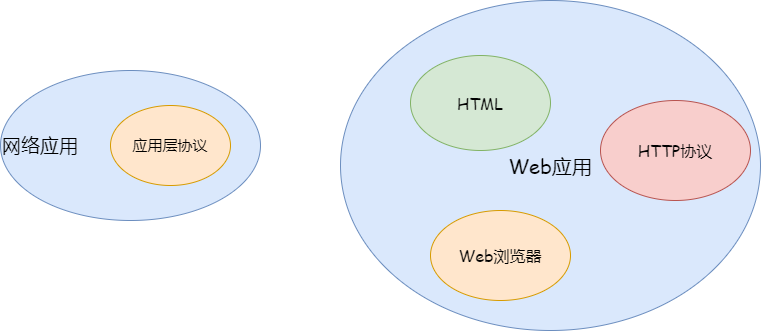
The draw.io diagram computer_network/应用层1.png in suchuhong/knowledgeImage, before a commit. Source tidied: cells renumbered, new cells last; positions are measured from the earlier drawing's top-left corner, leaving out a move shared by most shapes.
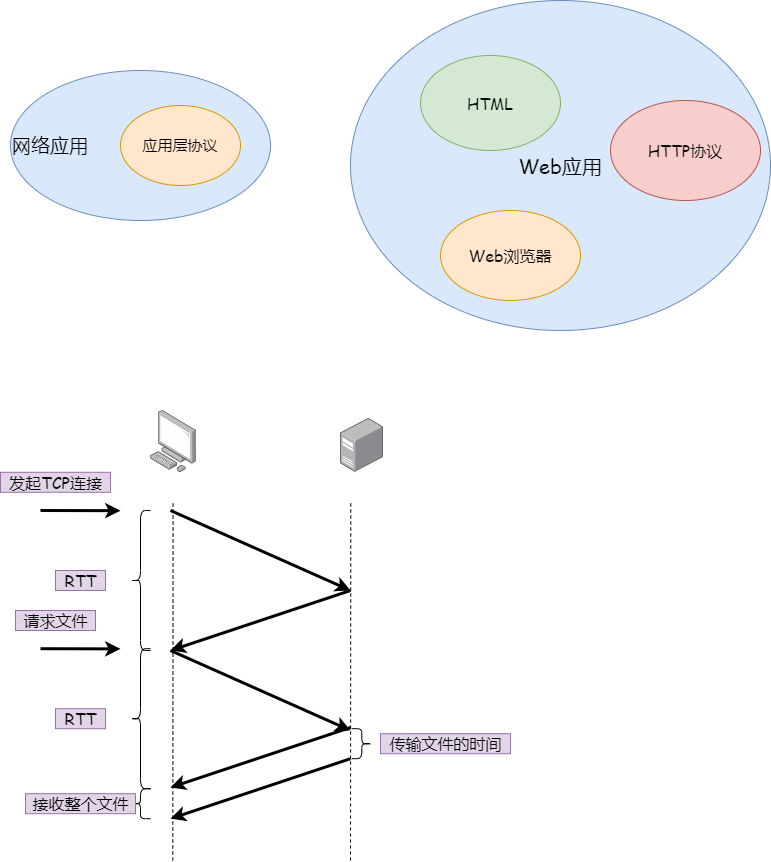
Later version of the same file.

Commit message:
更新应用层1.png

What changed in the source:
```diff
@@ -2,23 +2,113 @@
   <root>
     <mxCell id="0" />
     <mxCell id="1" parent="0" />
-    <mxCell id="2" value="&lt;p&gt;&lt;font face=&quot;Comic Sans MS&quot; style=&quot;font-size: 19px&quot;&gt;网络应用&lt;/font&gt;&lt;/p&gt;" style="ellipse;whiteSpace=wrap;html=1;fillColor=#dae8fc;strokeColor=#6c8ebf;align=left;" parent="1" vertex="1">
+    <mxCell id="2" value="&lt;p&gt;&lt;font face=&quot;Comic Sans MS&quot; style=&quot;font-size: 19px&quot;&gt;网络应用&lt;/font&gt;&lt;/p&gt;" style="ellipse;whiteSpace=wrap;html=1;fillColor=#dae8fc;strokeColor=#6c8ebf;align=left;rounded=1;" parent="1" vertex="1">
       <mxGeometry y="70" width="260" height="150" as="geometry" />
     </mxCell>
-    <mxCell id="3" value="&lt;font style=&quot;font-size: 15px&quot;&gt;应用层协议&lt;/font&gt;" style="ellipse;whiteSpace=wrap;html=1;fillColor=#ffe6cc;strokeColor=#d79b00;" parent="1" vertex="1">
+    <mxCell id="3" value="&lt;font style=&quot;font-size: 15px&quot;&gt;应用层协议&lt;/font&gt;" style="ellipse;whiteSpace=wrap;html=1;fillColor=#ffe6cc;strokeColor=#d79b00;rounded=1;" parent="1" vertex="1">
       <mxGeometry x="110" y="105" width="120" height="80" as="geometry" />
     </mxCell>
-    <mxCell id="4" value="&lt;font style=&quot;font-size: 20px&quot; face=&quot;Comic Sans MS&quot;&gt;Web应用&lt;/font&gt;" style="ellipse;whiteSpace=wrap;html=1;fillColor=#dae8fc;strokeColor=#6c8ebf;" parent="1" vertex="1">
+    <mxCell id="4" value="&lt;font style=&quot;font-size: 20px&quot; face=&quot;Comic Sans MS&quot;&gt;Web应用&lt;/font&gt;" style="ellipse;whiteSpace=wrap;html=1;fillColor=#dae8fc;strokeColor=#6c8ebf;rounded=1;" parent="1" vertex="1">
       <mxGeometry x="340" width="420" height="330" as="geometry" />
     </mxCell>
-    <mxCell id="5" value="&lt;font face=&quot;Comic Sans MS&quot; style=&quot;font-size: 16px&quot;&gt;HTML&lt;/font&gt;" style="ellipse;whiteSpace=wrap;html=1;fillColor=#d5e8d4;strokeColor=#82b366;" parent="1" vertex="1">
+    <mxCell id="5" value="&lt;font face=&quot;Comic Sans MS&quot; style=&quot;font-size: 16px&quot;&gt;HTML&lt;/font&gt;" style="ellipse;whiteSpace=wrap;html=1;fillColor=#d5e8d4;strokeColor=#82b366;rounded=1;" parent="1" vertex="1">
       <mxGeometry x="410" y="55" width="140" height="95" as="geometry" />
     </mxCell>
-    <mxCell id="6" value="&lt;font face=&quot;Comic Sans MS&quot; style=&quot;font-size: 16px&quot;&gt;Web浏览器&lt;/font&gt;" style="ellipse;whiteSpace=wrap;html=1;fillColor=#ffe6cc;strokeColor=#d79b00;" parent="1" vertex="1">
+    <mxCell id="6" value="&lt;font face=&quot;Comic Sans MS&quot; style=&quot;font-size: 16px&quot;&gt;Web浏览器&lt;/font&gt;" style="ellipse;whiteSpace=wrap;html=1;fillColor=#ffe6cc;strokeColor=#d79b00;rounded=1;" parent="1" vertex="1">
       <mxGeometry x="430" y="210" width="140" height="90" as="geometry" />
     </mxCell>
-    <mxCell id="7" value="&lt;font face=&quot;Comic Sans MS&quot; style=&quot;font-size: 16px&quot;&gt;HTTP协议&lt;/font&gt;" style="ellipse;whiteSpace=wrap;html=1;fillColor=#f8cecc;strokeColor=#b85450;" parent="1" vertex="1">
+    <mxCell id="7" value="&lt;font face=&quot;Comic Sans MS&quot; style=&quot;font-size: 16px&quot;&gt;HTTP协议&lt;/font&gt;" style="ellipse;whiteSpace=wrap;html=1;fillColor=#f8cecc;strokeColor=#b85450;rounded=1;" parent="1" vertex="1">
       <mxGeometry x="600" y="100" width="150" height="100" as="geometry" />
     </mxCell>
+    <mxCell id="8" style="html=1;align=center;shadow=0;dashed=0;image;image=img/lib/allied_telesis/computer_and_terminals/Personal_Computer.svg;rounded=1;" parent="1" vertex="1">
+      <mxGeometry x="140" y="410" width="45.6" height="61.8" as="geometry" />
+    </mxCell>
+    <mxCell id="9" style="html=1;align=center;shadow=0;dashed=0;image;image=img/lib/allied_telesis/computer_and_terminals/Server_Desktop.svg;rounded=1;" parent="1" vertex="1">
+      <mxGeometry x="330" y="417.8" width="42.6" height="54" as="geometry" />
+    </mxCell>
+    <mxCell id="10" style="endArrow=none;dashed=1;html=1;" parent="1" edge="1">
+      <mxGeometry relative="1" as="geometry">
+        <mxPoint x="162.3" y="860" as="sourcePoint" />
+        <mxPoint x="162.6" y="500" as="targetPoint" />
+      </mxGeometry>
+    </mxCell>
+    <mxCell id="11" style="endArrow=none;dashed=1;html=1;" parent="1" edge="1">
+      <mxGeometry relative="1" as="geometry">
+        <mxPoint x="340" y="860" as="sourcePoint" />
+        <mxPoint x="340.3" y="500" as="targetPoint" />
+      </mxGeometry>
+    </mxCell>
+    <mxCell id="12" style="endArrow=classic;html=1;strokeWidth=3;" parent="1" edge="1">
+      <mxGeometry relative="1" as="geometry">
+        <mxPoint x="160" y="510" as="sourcePoint" />
+        <mxPoint x="340" y="590" as="targetPoint" />
+      </mxGeometry>
+    </mxCell>
+    <mxCell id="13" style="endArrow=classic;html=1;strokeWidth=3;" parent="1" edge="1">
+      <mxGeometry relative="1" as="geometry">
+        <mxPoint x="160" y="650" as="sourcePoint" />
+        <mxPoint x="340" y="730" as="targetPoint" />
+      </mxGeometry>
+    </mxCell>
+    <mxCell id="14" style="endArrow=classic;html=1;strokeWidth=3;" parent="1" edge="1">
+      <mxGeometry relative="1" as="geometry">
+        <mxPoint x="340" y="590" as="sourcePoint" />
+        <mxPoint x="160" y="650" as="targetPoint" />
+      </mxGeometry>
+    </mxCell>
+    <mxCell id="15" style="endArrow=classic;html=1;strokeWidth=3;" parent="1" edge="1">
+      <mxGeometry relative="1" as="geometry">
+        <mxPoint x="340" y="727" as="sourcePoint" />
+        <mxPoint x="160" y="787" as="targetPoint" />
+      </mxGeometry>
+    </mxCell>
+    <mxCell id="16" style="shape=curlyBracket;whiteSpace=wrap;html=1;rounded=1;sketch=0;gradientColor=none;" parent="1" vertex="1">
+      <mxGeometry x="120" y="510" width="20" height="140" as="geometry" />
+    </mxCell>
+    <mxCell id="17" style="endArrow=classic;html=1;strokeWidth=3;" parent="1" edge="1">
+      <mxGeometry relative="1" as="geometry">
+        <mxPoint x="30" y="510" as="sourcePoint" />
+        <mxPoint x="110" y="510.2" as="targetPoint" />
+      </mxGeometry>
+    </mxCell>
+    <mxCell id="18" value="&lt;font face=&quot;Comic Sans MS&quot; style=&quot;font-size: 16px&quot;&gt;发起TCP连接&lt;/font&gt;" style="text;html=1;align=center;verticalAlign=middle;fillColor=#e1d5e7;strokeColor=#9673a6;" parent="1" vertex="1">
+      <mxGeometry x="-10" y="471.8" width="110" height="20" as="geometry" />
+    </mxCell>
+    <mxCell id="19" value="&lt;font face=&quot;Comic Sans MS&quot; style=&quot;font-size: 16px&quot;&gt;RTT&lt;/font&gt;" style="text;html=1;align=center;verticalAlign=middle;fillColor=#e1d5e7;strokeColor=#9673a6;" parent="1" vertex="1">
+      <mxGeometry x="45" y="570" width="50" height="20" as="geometry" />
+    </mxCell>
+    <mxCell id="20" style="shape=curlyBracket;whiteSpace=wrap;html=1;rounded=1;sketch=0;gradientColor=none;" parent="1" vertex="1">
+      <mxGeometry x="120" y="648.2" width="20" height="140" as="geometry" />
+    </mxCell>
+    <mxCell id="21" style="endArrow=classic;html=1;strokeWidth=3;" parent="1" edge="1">
+      <mxGeometry relative="1" as="geometry">
+        <mxPoint x="30" y="648.2" as="sourcePoint" />
+        <mxPoint x="110" y="648.4" as="targetPoint" />
+      </mxGeometry>
+    </mxCell>
+    <mxCell id="22" value="&lt;font face=&quot;Comic Sans MS&quot; style=&quot;font-size: 16px&quot;&gt;请求文件&lt;/font&gt;" style="text;html=1;align=center;verticalAlign=middle;fillColor=#e1d5e7;strokeColor=#9673a6;" parent="1" vertex="1">
+      <mxGeometry x="5" y="610" width="80" height="20" as="geometry" />
+    </mxCell>
+    <mxCell id="23" value="&lt;font face=&quot;Comic Sans MS&quot; style=&quot;font-size: 16px&quot;&gt;RTT&lt;/font&gt;" style="text;html=1;align=center;verticalAlign=middle;fillColor=#e1d5e7;strokeColor=#9673a6;" parent="1" vertex="1">
+      <mxGeometry x="45" y="708.2" width="50" height="20" as="geometry" />
+    </mxCell>
+    <mxCell id="24" style="endArrow=classic;html=1;strokeWidth=3;" parent="1" edge="1">
+      <mxGeometry relative="1" as="geometry">
+        <mxPoint x="340" y="758.2" as="sourcePoint" />
+        <mxPoint x="160" y="818.2" as="targetPoint" />
+      </mxGeometry>
+    </mxCell>
+    <mxCell id="25" style="shape=curlyBracket;whiteSpace=wrap;html=1;rounded=1;sketch=0;gradientColor=none;" parent="1" vertex="1">
+      <mxGeometry x="120" y="788.2" width="20" height="30" as="geometry" />
+    </mxCell>
+    <mxCell id="26" style="shape=curlyBracket;whiteSpace=wrap;html=1;rounded=1;sketch=0;gradientColor=none;direction=west;size=0.5;" parent="1" vertex="1">
+      <mxGeometry x="341.3" y="728.2" width="20" height="30" as="geometry" />
+    </mxCell>
+    <mxCell id="27" value="&lt;font face=&quot;Comic Sans MS&quot; style=&quot;font-size: 16px&quot;&gt;接收整个文件&lt;/font&gt;" style="text;html=1;align=center;verticalAlign=middle;fillColor=#e1d5e7;strokeColor=#9673a6;" parent="1" vertex="1">
+      <mxGeometry x="15" y="793.2" width="110" height="20" as="geometry" />
+    </mxCell>
+    <mxCell id="28" value="&lt;font face=&quot;Comic Sans MS&quot; style=&quot;font-size: 16px&quot;&gt;传输文件的时间&lt;/font&gt;" style="text;html=1;align=center;verticalAlign=middle;fillColor=#e1d5e7;strokeColor=#9673a6;" parent="1" vertex="1">
+      <mxGeometry x="370" y="733.2" width="130" height="20" as="geometry" />
+    </mxCell>
   </root>
 </mxGraphModel>
```
